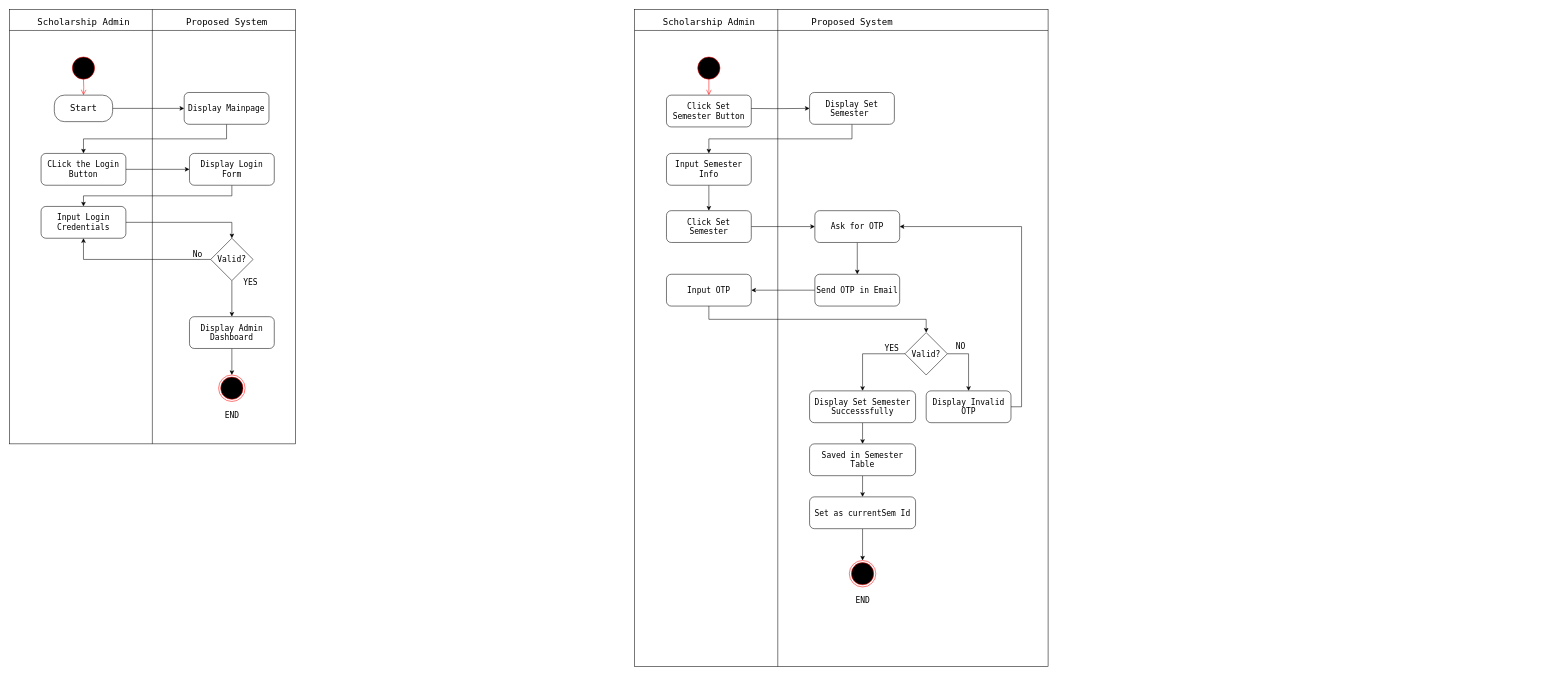
This is AD.drawio from Bagay-0037/visuals, a draw.io file, before an edit. Source tidied: cells renumbered, new cells numbered last; positions are measured from the earlier drawing's top-left corner, leaving out a move shared by most shapes. Both pictures are drawn from the tidied source at 53%, with x=0, y=0 at pixel (9, 9).
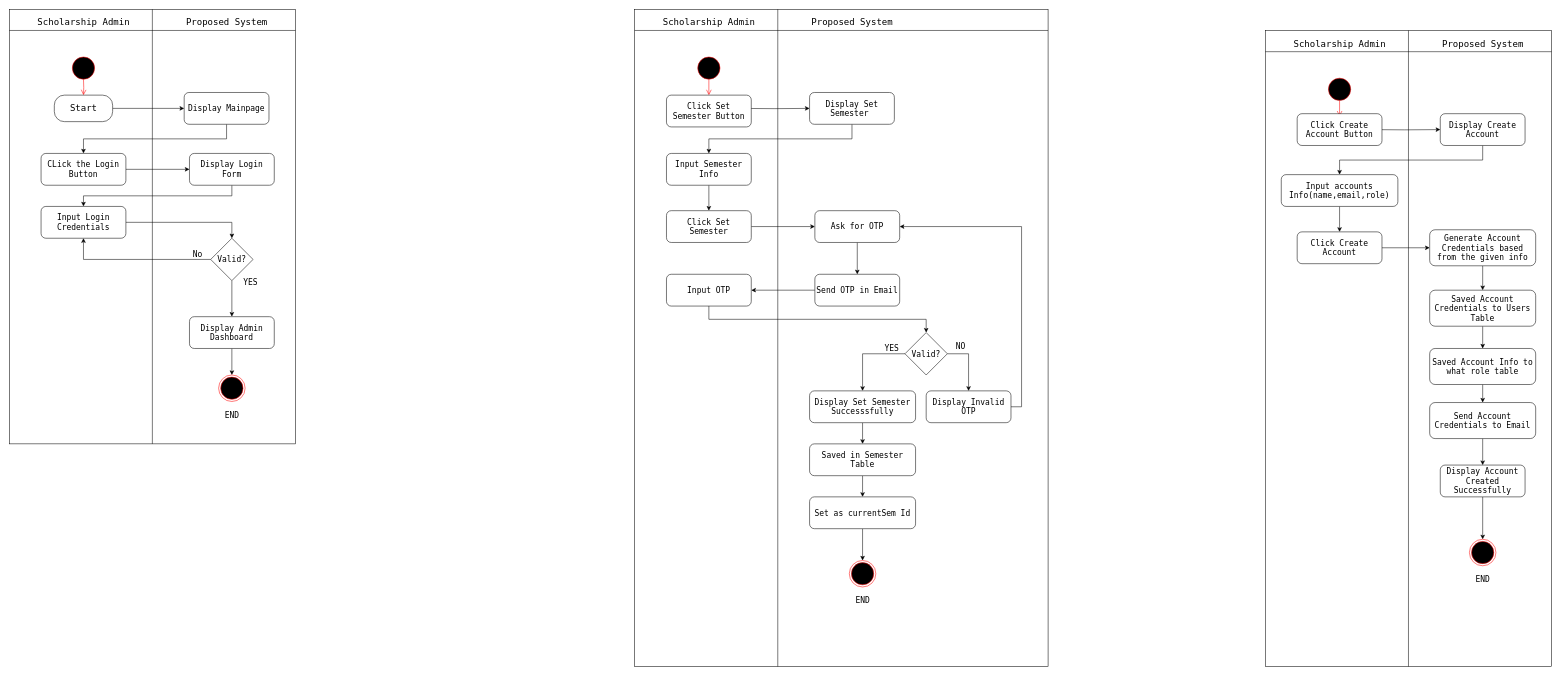
After the change.

Diff of the diagram source:
```diff
@@
+    <mxCell id="61" style="shape=internalStorage;whiteSpace=wrap;html=1;backgroundOutline=1;dx=270;dy=40;" parent="1" vertex="1">
+      <mxGeometry x="2370" y="40" width="540" height="1200" as="geometry" />
+    </mxCell>
+    <mxCell id="62" value="Scholarship Admin" style="text;html=1;align=center;verticalAlign=middle;strokeColor=none;fillColor=none;fontFamily=Lucida Console;fontSize=17;" parent="1" vertex="1">
+      <mxGeometry x="2410" y="50" width="200" height="30" as="geometry" />
+    </mxCell>
+    <mxCell id="63" value="Proposed System" style="text;html=1;align=center;verticalAlign=middle;strokeColor=none;fillColor=none;fontFamily=Lucida Console;fontSize=17;" parent="1" vertex="1">
+      <mxGeometry x="2690" y="50" width="180" height="30" as="geometry" />
+    </mxCell>
+    <mxCell id="64" style="ellipse;html=1;shape=startState;fillColor=#000000;strokeColor=#ff0000;" parent="1" vertex="1">
+      <mxGeometry x="2485" y="126" width="50" height="50" as="geometry" />
+    </mxCell>
+    <mxCell id="65" style="edgeStyle=orthogonalEdgeStyle;html=1;verticalAlign=bottom;endArrow=open;endSize=8;strokeColor=#ff0000;rounded=0;entryX=0.5;entryY=0;entryDx=0;entryDy=0;" parent="1" edge="1">
+      <mxGeometry relative="1" as="geometry">
+        <mxPoint x="2510" y="172" as="sourcePoint" />
+        <mxPoint x="2510" y="202" as="targetPoint" />
+      </mxGeometry>
+    </mxCell>
+    <mxCell id="66" style="edgeStyle=orthogonalEdgeStyle;rounded=0;jettySize=auto;html=1;exitX=1;exitY=0.5;exitDx=0;exitDy=0;" parent="1" edge="1" target="68">
+      <mxGeometry relative="1" as="geometry">
+        <mxPoint x="2565" y="227" as="sourcePoint" />
+      </mxGeometry>
+    </mxCell>
+    <mxCell id="67" style="edgeStyle=orthogonalEdgeStyle;rounded=0;jettySize=auto;html=1;exitX=0.5;exitY=1;exitDx=0;exitDy=0;" parent="1" edge="1" source="68" target="70">
+      <mxGeometry relative="1" as="geometry" />
+    </mxCell>
+    <mxCell id="68" value="&lt;font style=&quot;font-size: 15px;&quot; face=&quot;Lucida Console&quot;&gt;Display Create Account&lt;/font&gt;" style="rounded=1;whiteSpace=wrap;html=1;" parent="1" vertex="1">
+      <mxGeometry x="2700" y="197" width="160" height="60" as="geometry" />
+    </mxCell>
+    <mxCell id="69" style="edgeStyle=orthogonalEdgeStyle;rounded=0;jettySize=auto;html=1;exitX=0.5;exitY=1;exitDx=0;exitDy=0;" parent="1" edge="1" source="70" target="72">
+      <mxGeometry relative="1" as="geometry" />
+    </mxCell>
+    <mxCell id="70" value="&lt;font face=&quot;Lucida Console&quot;&gt;&lt;span style=&quot;font-size: 15px;&quot;&gt;Input accounts Info(name,email,role)&lt;/span&gt;&lt;/font&gt;" style="rounded=1;whiteSpace=wrap;html=1;" parent="1" vertex="1">
+      <mxGeometry x="2400" y="312" width="220" height="60" as="geometry" />
+    </mxCell>
+    <mxCell id="71" style="edgeStyle=orthogonalEdgeStyle;rounded=0;jettySize=auto;html=1;" parent="1" edge="1" source="72" target="79">
+      <mxGeometry relative="1" as="geometry" />
+    </mxCell>
+    <mxCell id="72" value="&lt;font face=&quot;Lucida Console&quot;&gt;&lt;span style=&quot;font-size: 15px;&quot;&gt;Click Create Account&lt;/span&gt;&lt;/font&gt;" style="rounded=1;whiteSpace=wrap;html=1;" parent="1" vertex="1">
+      <mxGeometry x="2430" y="420" width="160" height="60" as="geometry" />
+    </mxCell>
+    <mxCell id="73" style="edgeStyle=orthogonalEdgeStyle;rounded=0;jettySize=auto;html=1;exitX=0.5;exitY=1;exitDx=0;exitDy=0;entryX=0.5;entryY=0;entryDx=0;entryDy=0;" parent="1" edge="1" source="74" target="75">
+      <mxGeometry relative="1" as="geometry" />
+    </mxCell>
+    <mxCell id="74" value="&lt;font face=&quot;Lucida Console&quot;&gt;&lt;span style=&quot;font-size: 15px;&quot;&gt;Display Account Created Successfully&lt;/span&gt;&lt;/font&gt;" style="rounded=1;whiteSpace=wrap;html=1;" parent="1" vertex="1">
+      <mxGeometry x="2700" y="860" width="160" height="60" as="geometry" />
+    </mxCell>
+    <mxCell id="75" style="ellipse;html=1;shape=endState;fillColor=#000000;strokeColor=#ff0000;" parent="1" vertex="1">
+      <mxGeometry x="2755" y="1000" width="50" height="50" as="geometry" />
+    </mxCell>
+    <mxCell id="76" value="&lt;font style=&quot;font-size: 15px;&quot; face=&quot;Lucida Console&quot;&gt;END&lt;/font&gt;" style="text;html=1;align=center;verticalAlign=middle;strokeColor=none;fillColor=none;" parent="1" vertex="1">
+      <mxGeometry x="2755" y="1060" width="50" height="30" as="geometry" />
+    </mxCell>
+    <mxCell id="77" value="&lt;font style=&quot;font-size: 15px;&quot; face=&quot;Lucida Console&quot;&gt;Click Create Account Button&lt;/font&gt;" style="rounded=1;whiteSpace=wrap;html=1;" parent="1" vertex="1">
+      <mxGeometry x="2430" y="197" width="160" height="60" as="geometry" />
+    </mxCell>
+    <mxCell id="78" style="edgeStyle=orthogonalEdgeStyle;rounded=0;jettySize=auto;html=1;exitX=0.5;exitY=1;exitDx=0;exitDy=0;" parent="1" edge="1" source="79" target="81">
+      <mxGeometry relative="1" as="geometry" />
+    </mxCell>
+    <mxCell id="79" value="&lt;font face=&quot;Lucida Console&quot;&gt;&lt;span style=&quot;font-size: 15px;&quot;&gt;Generate Account Credentials based from the given info&lt;/span&gt;&lt;/font&gt;" style="rounded=1;whiteSpace=wrap;html=1;" parent="1" vertex="1">
+      <mxGeometry x="2680" y="416" width="200" height="68" as="geometry" />
+    </mxCell>
+    <mxCell id="80" style="edgeStyle=orthogonalEdgeStyle;rounded=0;jettySize=auto;html=1;exitX=0.5;exitY=1;exitDx=0;exitDy=0;" parent="1" edge="1" source="81" target="83">
+      <mxGeometry relative="1" as="geometry" />
+    </mxCell>
+    <mxCell id="81" value="&lt;font face=&quot;Lucida Console&quot;&gt;&lt;span style=&quot;font-size: 15px;&quot;&gt;Saved Account Credentials to Users Table&lt;/span&gt;&lt;/font&gt;" style="rounded=1;whiteSpace=wrap;html=1;" parent="1" vertex="1">
+      <mxGeometry x="2680" y="530" width="200" height="68" as="geometry" />
+    </mxCell>
+    <mxCell id="82" style="edgeStyle=orthogonalEdgeStyle;rounded=0;jettySize=auto;html=1;exitX=0.5;exitY=1;exitDx=0;exitDy=0;entryX=0.5;entryY=0;entryDx=0;entryDy=0;" parent="1" edge="1" source="83" target="85">
+      <mxGeometry relative="1" as="geometry" />
+    </mxCell>
+    <mxCell id="83" value="&lt;font face=&quot;Lucida Console&quot;&gt;&lt;span style=&quot;font-size: 15px;&quot;&gt;Saved Account Info to what role table&lt;/span&gt;&lt;/font&gt;" style="rounded=1;whiteSpace=wrap;html=1;" parent="1" vertex="1">
+      <mxGeometry x="2680" y="640" width="200" height="68" as="geometry" />
+    </mxCell>
+    <mxCell id="84" style="edgeStyle=orthogonalEdgeStyle;rounded=0;jettySize=auto;html=1;exitX=0.5;exitY=1;exitDx=0;exitDy=0;entryX=0.5;entryY=0;entryDx=0;entryDy=0;" parent="1" edge="1" source="85" target="74">
+      <mxGeometry relative="1" as="geometry" />
+    </mxCell>
+    <mxCell id="85" value="&lt;font face=&quot;Lucida Console&quot;&gt;&lt;span style=&quot;font-size: 15px;&quot;&gt;Send Account Credentials to Email&lt;/span&gt;&lt;/font&gt;" style="rounded=1;whiteSpace=wrap;html=1;" parent="1" vertex="1">
+      <mxGeometry x="2680" y="742" width="200" height="68" as="geometry" />
+    </mxCell>
```
